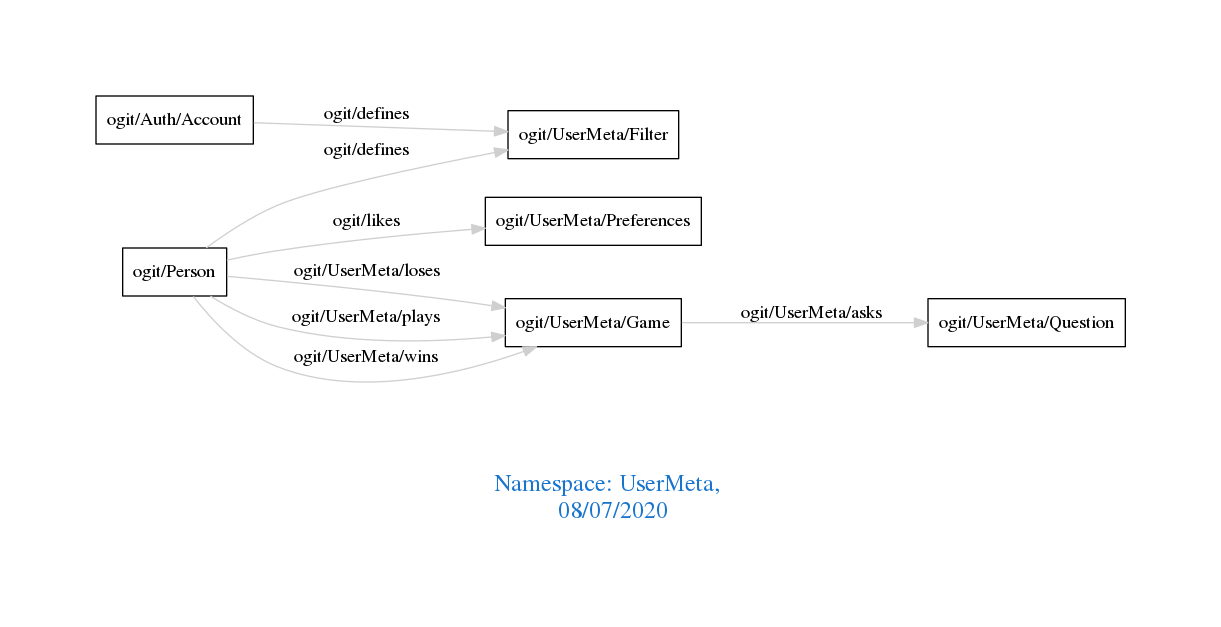
This is downloads/UserMeta.png from arago/OGIT, a Graphviz export, as it was before one commit. Its source is kept beside it as downloads/UserMeta.dot.
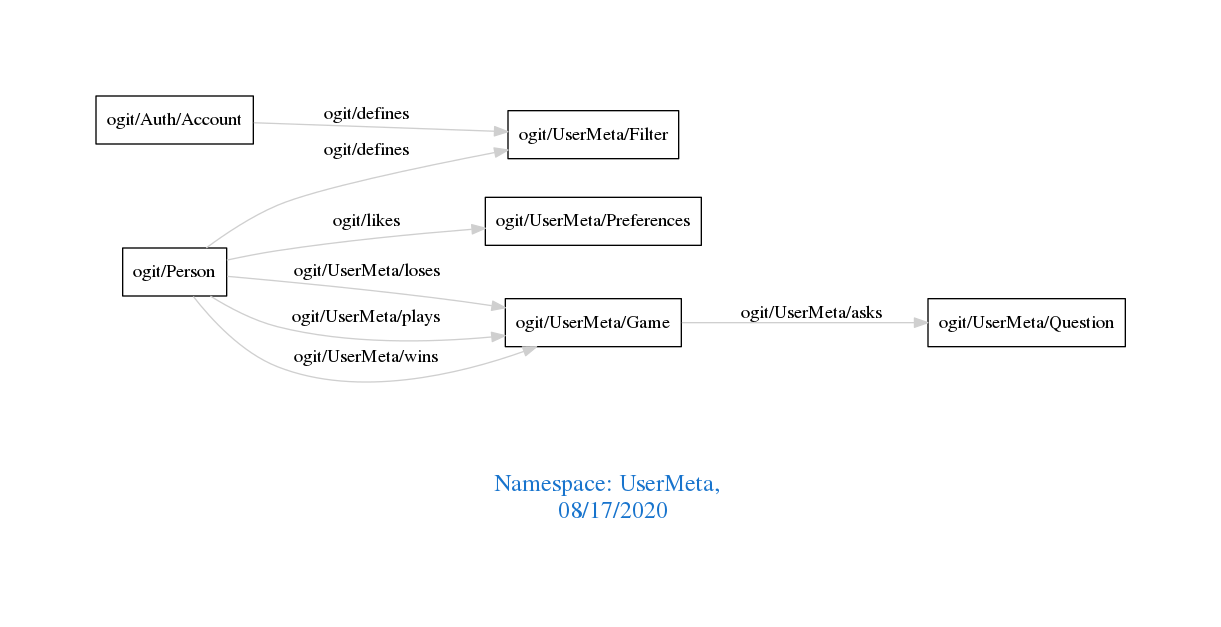
Later version of the same file.

The edit, as a diff of the source:
```diff
@@ -1,7 +1,7 @@
 digraph OGIT_ontology {
  graph [ rankdir= LR,pad=1
 fontsize = 18,
-fontcolor= dodgerblue3,label = "\n\n\nNamespace: UserMeta, \n 08/07/2020"];
+fontcolor= dodgerblue3,label = "\n\n\nNamespace: UserMeta, \n 08/17/2020"];
 node[shape=polygon];
 edge [  color="gray81"];
 
```
